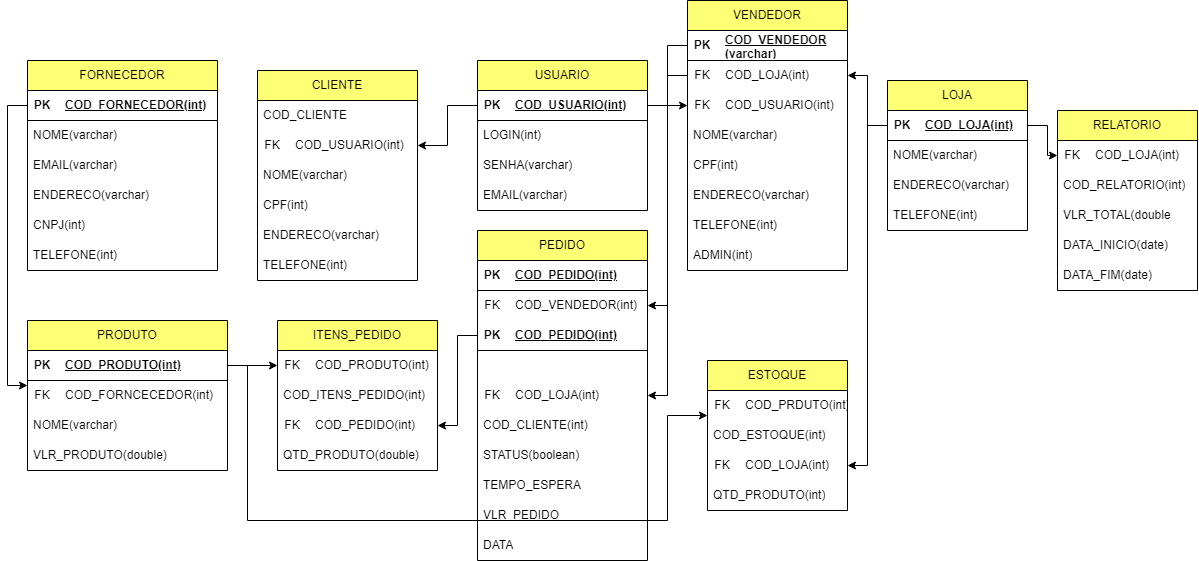
Above: ProjetoLógicoZéDelivery/zedelivery.drawio.png in NicolasKevin2/BD (draw.io), before the change. Source tidied: cells renumbered, new cells last; positions are measured from the earlier drawing's top-left corner, leaving out a move shared by most shapes.
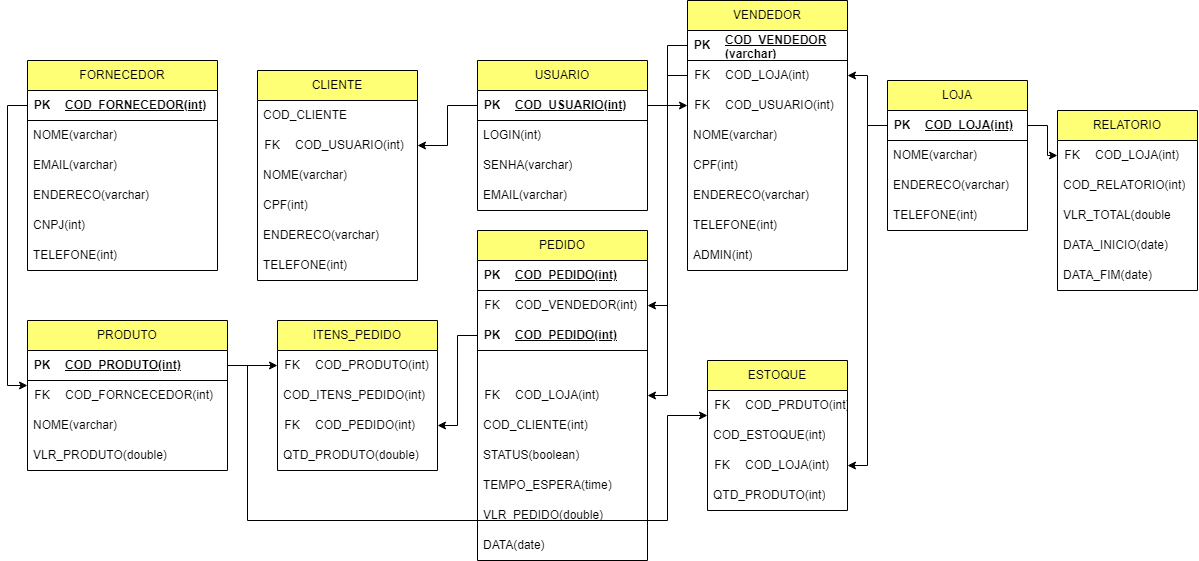
Above is the later version.

Diff of the diagram source:
```diff
@@ -185,13 +185,13 @@
     <mxCell id="62" value="STATUS(boolean)" style="text;strokeColor=none;fillColor=none;align=left;verticalAlign=middle;spacingLeft=4;spacingRight=4;overflow=hidden;whiteSpace=wrap;html=1;" parent="45" vertex="1">
       <mxGeometry y="210" width="170" height="30" as="geometry" />
     </mxCell>
-    <mxCell id="63" value="TEMPO_ESPERA" style="text;strokeColor=none;fillColor=none;align=left;verticalAlign=middle;spacingLeft=4;spacingRight=4;overflow=hidden;whiteSpace=wrap;html=1;" parent="45" vertex="1">
+    <mxCell id="63" value="TEMPO_ESPERA(time)" style="text;strokeColor=none;fillColor=none;align=left;verticalAlign=middle;spacingLeft=4;spacingRight=4;overflow=hidden;whiteSpace=wrap;html=1;" parent="45" vertex="1">
       <mxGeometry y="240" width="170" height="30" as="geometry" />
     </mxCell>
-    <mxCell id="64" value="VLR_PEDIDO" style="text;strokeColor=none;fillColor=none;align=left;verticalAlign=middle;spacingLeft=4;spacingRight=4;overflow=hidden;whiteSpace=wrap;html=1;" parent="45" vertex="1">
+    <mxCell id="64" value="VLR_PEDIDO(double)" style="text;strokeColor=none;fillColor=none;align=left;verticalAlign=middle;spacingLeft=4;spacingRight=4;overflow=hidden;whiteSpace=wrap;html=1;" parent="45" vertex="1">
       <mxGeometry y="270" width="170" height="30" as="geometry" />
     </mxCell>
-    <mxCell id="65" value="DATA" style="text;strokeColor=none;fillColor=none;align=left;verticalAlign=middle;spacingLeft=4;spacingRight=4;overflow=hidden;whiteSpace=wrap;html=1;" parent="45" vertex="1">
+    <mxCell id="65" value="DATA(date)" style="text;strokeColor=none;fillColor=none;align=left;verticalAlign=middle;spacingLeft=4;spacingRight=4;overflow=hidden;whiteSpace=wrap;html=1;" parent="45" vertex="1">
       <mxGeometry y="300" width="170" height="30" as="geometry" />
     </mxCell>
     <mxCell id="66" value="ITENS_PEDIDO" style="swimlane;fontStyle=0;horizontal=1;startSize=30;whiteSpace=wrap;html=1;fillColor=#FFFF75;" parent="1" vertex="1">
```
